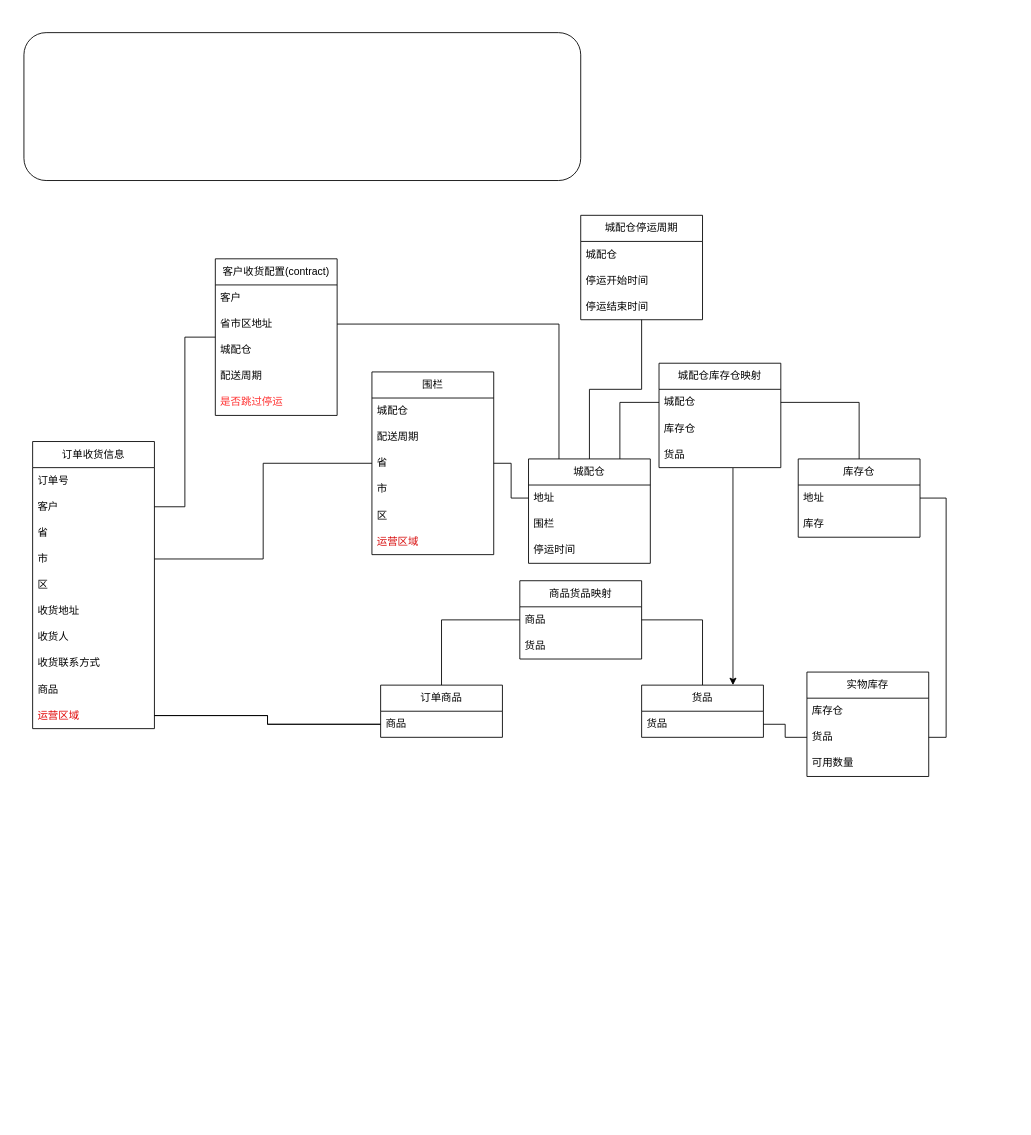
Above: draw.io/履约调度逻辑.drawio in zzqfsy/zzqfsy.github.io (draw.io), before the change. Source tidied: cells renumbered, new cells numbered last; positions are measured from the earlier drawing's top-left corner, leaving out a move shared by most shapes. Both pictures are drawn from the tidied source at 87%, with x=0, y=0 at pixel (23, 32).
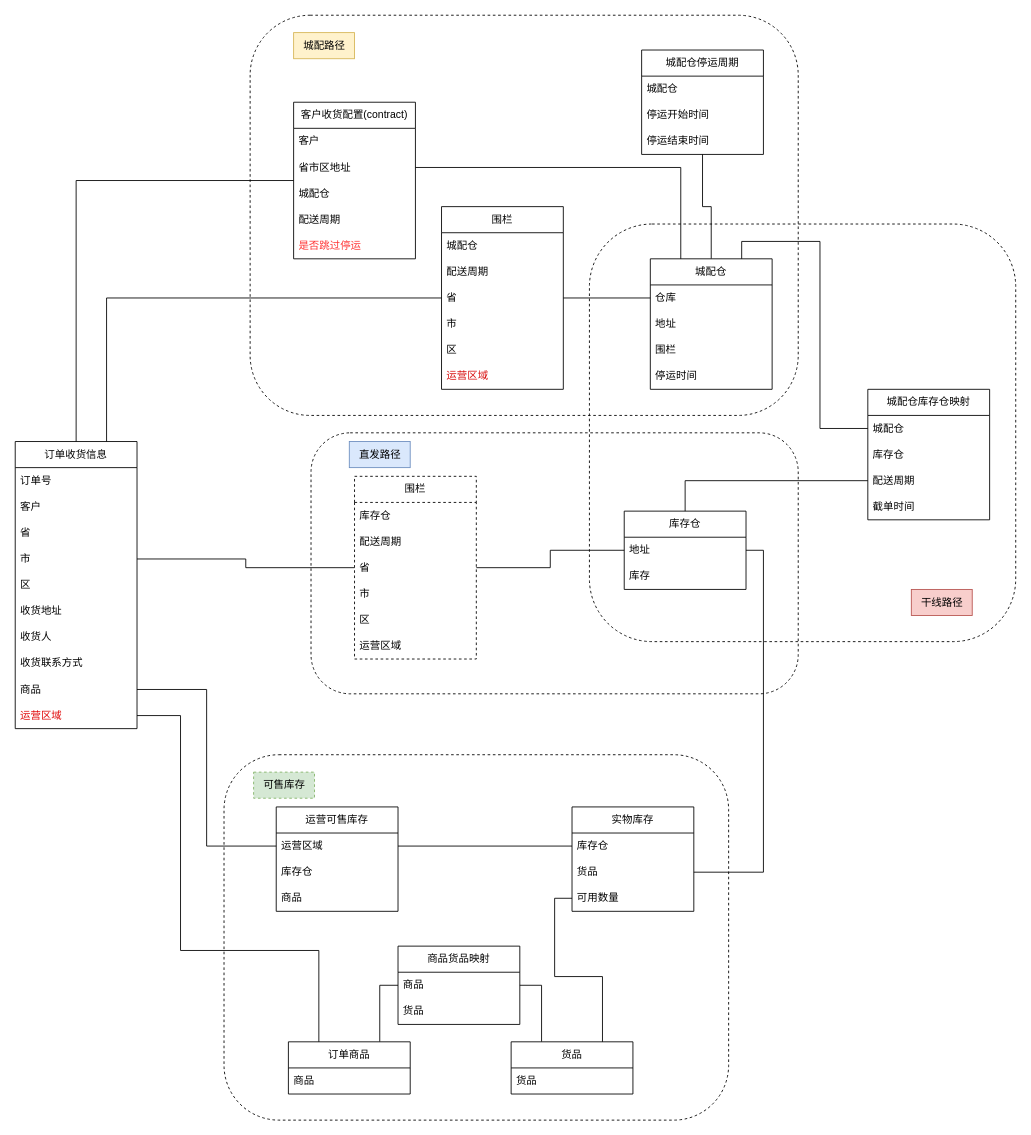
Above is the later version.

Commit message (it also covers changes not shown here):
更新履约调度逻辑.drawio

Unchanged cells that the change refers to:
```xml
<mxCell id="5" value="客户" style="text;strokeColor=none;fillColor=none;align=left;verticalAlign=middle;spacingLeft=4;spacingRight=4;overflow=hidden;points=[[0,0.5],[1,0.5]];portConstraint=eastwest;whiteSpace=wrap;html=1;" parent="3" vertex="1">
  <mxGeometry y="60" width="140" height="30" as="geometry" />
</mxCell>
<mxCell id="7" value="市" style="text;strokeColor=none;fillColor=none;align=left;verticalAlign=middle;spacingLeft=4;spacingRight=4;overflow=hidden;points=[[0,0.5],[1,0.5]];portConstraint=eastwest;whiteSpace=wrap;html=1;" parent="3" vertex="1">
  <mxGeometry y="120" width="140" height="30" as="geometry" />
</mxCell>
<mxCell id="12" value="商品" style="text;strokeColor=none;fillColor=none;align=left;verticalAlign=middle;spacingLeft=4;spacingRight=4;overflow=hidden;points=[[0,0.5],[1,0.5]];portConstraint=eastwest;whiteSpace=wrap;html=1;" parent="3" vertex="1">
  <mxGeometry y="270" width="140" height="30" as="geometry" />
</mxCell>
<mxCell id="13" value="运营区域" style="text;strokeColor=none;fillColor=none;align=left;verticalAlign=middle;spacingLeft=4;spacingRight=4;overflow=hidden;points=[[0,0.5],[1,0.5]];portConstraint=eastwest;whiteSpace=wrap;html=1;fontColor=#e00606;" parent="3" vertex="1">
  <mxGeometry y="300" width="140" height="30" as="geometry" />
</mxCell>
<mxCell id="20" value="地址" style="text;strokeColor=none;fillColor=none;align=left;verticalAlign=middle;spacingLeft=4;spacingRight=4;overflow=hidden;points=[[0,0.5],[1,0.5]];portConstraint=eastwest;whiteSpace=wrap;html=1;" parent="19" vertex="1">
  <mxGeometry y="30" width="140" height="30" as="geometry" />
</mxCell>
<mxCell id="24" value="商品" style="text;strokeColor=none;fillColor=none;align=left;verticalAlign=middle;spacingLeft=4;spacingRight=4;overflow=hidden;points=[[0,0.5],[1,0.5]];portConstraint=eastwest;whiteSpace=wrap;html=1;" parent="23" vertex="1">
  <mxGeometry y="30" width="140" height="30" as="geometry" />
</mxCell>
<mxCell id="26" value="商品" style="text;strokeColor=none;fillColor=none;align=left;verticalAlign=middle;spacingLeft=4;spacingRight=4;overflow=hidden;points=[[0,0.5],[1,0.5]];portConstraint=eastwest;whiteSpace=wrap;html=1;" parent="25" vertex="1">
  <mxGeometry y="30" width="140" height="30" as="geometry" />
</mxCell>
<mxCell id="29" value="库存仓" style="text;strokeColor=none;fillColor=none;align=left;verticalAlign=middle;spacingLeft=4;spacingRight=4;overflow=hidden;points=[[0,0.5],[1,0.5]];portConstraint=eastwest;whiteSpace=wrap;html=1;" parent="28" vertex="1">
  <mxGeometry y="30" width="140" height="30" as="geometry" />
</mxCell>
<mxCell id="30" value="货品" style="text;strokeColor=none;fillColor=none;align=left;verticalAlign=middle;spacingLeft=4;spacingRight=4;overflow=hidden;points=[[0,0.5],[1,0.5]];portConstraint=eastwest;whiteSpace=wrap;html=1;" parent="28" vertex="1">
  <mxGeometry y="60" width="140" height="30" as="geometry" />
</mxCell>
<mxCell id="31" value="可用数量" style="text;strokeColor=none;fillColor=none;align=left;verticalAlign=middle;spacingLeft=4;spacingRight=4;overflow=hidden;points=[[0,0.5],[1,0.5]];portConstraint=eastwest;whiteSpace=wrap;html=1;" parent="28" vertex="1">
  <mxGeometry y="90" width="140" height="30" as="geometry" />
</mxCell>
<mxCell id="33" value="城配仓" style="text;strokeColor=none;fillColor=none;align=left;verticalAlign=middle;spacingLeft=4;spacingRight=4;overflow=hidden;points=[[0,0.5],[1,0.5]];portConstraint=eastwest;whiteSpace=wrap;html=1;" parent="32" vertex="1">
  <mxGeometry y="30" width="140" height="30" as="geometry" />
</mxCell>
<mxCell id="51" value="货品" style="text;strokeColor=none;fillColor=none;align=left;verticalAlign=middle;spacingLeft=4;spacingRight=4;overflow=hidden;points=[[0,0.5],[1,0.5]];portConstraint=eastwest;whiteSpace=wrap;html=1;" parent="50" vertex="1">
  <mxGeometry y="30" width="140" height="30" as="geometry" />
</mxCell>
```

What changed in the source:
```diff
@@
-    <mxCell id="2" style="rounded=1;whiteSpace=wrap;html=1;" parent="1" vertex="1">
-      <mxGeometry width="640" height="170" as="geometry" />
-    </mxCell>
+    <mxCell id="67" style="rounded=1;whiteSpace=wrap;html=1;fillColor=none;dashed=1;" parent="1" vertex="1">
+      <mxGeometry x="650" y="220" width="490" height="480" as="geometry" />
+    </mxCell>
+    <mxCell id="68" style="rounded=1;whiteSpace=wrap;html=1;fillStyle=auto;fillColor=none;dashed=1;" parent="1" vertex="1">
+      <mxGeometry x="260" y="-20" width="630" height="460" as="geometry" />
+    </mxCell>
     <mxCell id="3" value="订单收货信息" style="swimlane;fontStyle=0;horizontal=1;startSize=30;whiteSpace=wrap;html=1;" parent="1" vertex="1">
-      <mxGeometry x="10" y="470" width="140" height="330" as="geometry" />
+      <mxGeometry x="-10" y="470" width="140" height="330" as="geometry" />
     </mxCell>
@@
     <mxCell id="15" value="城配仓" style="swimlane;fontStyle=0;horizontal=1;startSize=30;whiteSpace=wrap;html=1;" parent="1" vertex="1">
-      <mxGeometry x="580" y="490" width="140" height="120" as="geometry" />
+      <mxGeometry x="720" y="260" width="140" height="150" as="geometry" />
     </mxCell>
-    <mxCell id="16" value="地址" style="text;strokeColor=none;fillColor=none;align=left;verticalAlign=middle;spacingLeft=4;spacingRight=4;overflow=hidden;points=[[0,0.5],[1,0.5]];portConstraint=eastwest;whiteSpace=wrap;html=1;" parent="15" vertex="1">
+    <mxCell id="16" value="仓库" style="text;strokeColor=none;fillColor=none;align=left;verticalAlign=middle;spacingLeft=4;spacingRight=4;overflow=hidden;points=[[0,0.5],[1,0.5]];portConstraint=eastwest;whiteSpace=wrap;html=1;" parent="15" vertex="1">
       <mxGeometry y="30" width="140" height="30" as="geometry" />
     </mxCell>
-    <mxCell id="17" value="围栏" style="text;strokeColor=none;fillColor=none;align=left;verticalAlign=middle;spacingLeft=4;spacingRight=4;overflow=hidden;whiteSpace=wrap;html=1;" parent="15" vertex="1">
+    <mxCell id="17" value="地址" style="text;strokeColor=none;fillColor=none;align=left;verticalAlign=middle;spacingLeft=4;spacingRight=4;overflow=hidden;whiteSpace=wrap;html=1;" parent="15" vertex="1">
       <mxGeometry y="60" width="140" height="30" as="geometry" />
     </mxCell>
+    <mxCell id="69" value="围栏" style="text;strokeColor=none;fillColor=none;align=left;verticalAlign=middle;spacingLeft=4;spacingRight=4;overflow=hidden;whiteSpace=wrap;html=1;" parent="15" vertex="1">
+      <mxGeometry y="90" width="140" height="30" as="geometry" />
+    </mxCell>
     <mxCell id="18" value="停运时间" style="text;strokeColor=none;fillColor=none;align=left;verticalAlign=middle;spacingLeft=4;spacingRight=4;overflow=hidden;whiteSpace=wrap;html=1;" parent="15" vertex="1">
-      <mxGeometry y="90" width="140" height="30" as="geometry" />
+      <mxGeometry y="120" width="140" height="30" as="geometry" />
     </mxCell>
     <mxCell id="19" value="库存仓" style="swimlane;fontStyle=0;horizontal=1;startSize=30;whiteSpace=wrap;html=1;" parent="1" vertex="1">
-      <mxGeometry x="890" y="490" width="140" height="90" as="geometry" />
+      <mxGeometry x="690" y="550" width="140" height="90" as="geometry" />
     </mxCell>
@@
-    <mxCell id="22" style="edgeStyle=orthogonalEdgeStyle;rounded=0;jettySize=auto;html=1;exitX=0.5;exitY=0;exitDx=0;exitDy=0;endArrow=none;endFill=0;" parent="1" edge="1" source="23" target="26">
+    <mxCell id="22" style="edgeStyle=orthogonalEdgeStyle;rounded=0;jettySize=auto;html=1;exitX=0.75;exitY=0;exitDx=0;exitDy=0;endArrow=none;endFill=0;" parent="1" edge="1" source="23" target="26">
       <mxGeometry relative="1" as="geometry" />
     </mxCell>
     <mxCell id="23" value="订单商品" style="swimlane;fontStyle=0;horizontal=1;startSize=30;whiteSpace=wrap;html=1;" parent="1" vertex="1">
-      <mxGeometry x="410" y="750" width="140" height="60" as="geometry" />
+      <mxGeometry x="304" y="1160" width="140" height="60" as="geometry" />
     </mxCell>
@@
     <mxCell id="25" value="商品货品映射" style="swimlane;fontStyle=0;horizontal=1;startSize=30;whiteSpace=wrap;html=1;" parent="1" vertex="1">
-      <mxGeometry x="570" y="630" width="140" height="90" as="geometry" />
+      <mxGeometry x="430" y="1050" width="140" height="90" as="geometry" />
     </mxCell>
@@
     <mxCell id="28" value="实物库存" style="swimlane;fontStyle=0;horizontal=1;startSize=30;whiteSpace=wrap;html=1;" parent="1" vertex="1">
-      <mxGeometry x="900" y="735" width="140" height="120" as="geometry" />
+      <mxGeometry x="630" y="890" width="140" height="120" as="geometry" />
     </mxCell>
@@
     <mxCell id="32" value="城配仓库存仓映射" style="swimlane;fontStyle=0;horizontal=1;startSize=30;whiteSpace=wrap;html=1;" parent="1" vertex="1">
-      <mxGeometry x="730" y="380" width="140" height="120" as="geometry" />
+      <mxGeometry x="970" y="410" width="140" height="150" as="geometry" />
     </mxCell>
@@
-    <mxCell id="35" value="货品" style="text;strokeColor=none;fillColor=none;align=left;verticalAlign=middle;spacingLeft=4;spacingRight=4;overflow=hidden;points=[[0,0.5],[1,0.5]];portConstraint=eastwest;whiteSpace=wrap;html=1;" parent="32" vertex="1">
-      <mxGeometry y="90" width="140" height="30" as="geometry" />
-    </mxCell>
+    <mxCell id="70" value="配送周期" style="text;strokeColor=none;fillColor=none;align=left;verticalAlign=middle;spacingLeft=4;spacingRight=4;overflow=hidden;points=[[0,0.5],[1,0.5]];portConstraint=eastwest;whiteSpace=wrap;html=1;" parent="32" vertex="1">
+      <mxGeometry y="90" width="140" height="30" as="geometry" />
+    </mxCell>
+    <mxCell id="71" value="截单时间" style="text;strokeColor=none;fillColor=none;align=left;verticalAlign=middle;spacingLeft=4;spacingRight=4;overflow=hidden;whiteSpace=wrap;html=1;" parent="32" vertex="1">
+      <mxGeometry y="120" width="140" height="30" as="geometry" />
+    </mxCell>
@@
-    <mxCell id="37" style="edgeStyle=orthogonalEdgeStyle;rounded=0;jettySize=auto;html=1;exitX=1;exitY=0.5;exitDx=0;exitDy=0;entryX=0.5;entryY=0;entryDx=0;entryDy=0;endArrow=none;endFill=0;" parent="1" edge="1" source="33" target="19">
+    <mxCell id="37" style="edgeStyle=orthogonalEdgeStyle;rounded=0;jettySize=auto;html=1;exitX=0;exitY=0.5;exitDx=0;exitDy=0;entryX=0.5;entryY=0;entryDx=0;entryDy=0;endArrow=none;endFill=0;" parent="1" edge="1" source="70" target="19">
       <mxGeometry relative="1" as="geometry" />
     </mxCell>
-    <mxCell id="38" style="edgeStyle=orthogonalEdgeStyle;rounded=0;jettySize=auto;html=1;exitX=1;exitY=0.5;exitDx=0;exitDy=0;endArrow=none;endFill=0;" parent="1" edge="1" source="26" target="50">
+    <mxCell id="38" style="edgeStyle=orthogonalEdgeStyle;rounded=0;jettySize=auto;html=1;exitX=1;exitY=0.5;exitDx=0;exitDy=0;endArrow=none;endFill=0;entryX=0.25;entryY=0;entryDx=0;entryDy=0;" parent="1" edge="1" source="26" target="50">
       <mxGeometry relative="1" as="geometry" />
     </mxCell>
     <mxCell id="39" value="围栏" style="swimlane;fontStyle=0;horizontal=1;startSize=30;whiteSpace=wrap;html=1;" parent="1" vertex="1">
-      <mxGeometry x="400" y="390" width="140" height="210" as="geometry" />
+      <mxGeometry x="480" y="200" width="140" height="210" as="geometry" />
     </mxCell>
@@
-    <mxCell id="46" style="edgeStyle=orthogonalEdgeStyle;rounded=0;jettySize=auto;html=1;exitX=1;exitY=0.5;exitDx=0;exitDy=0;entryX=0;entryY=0.5;entryDx=0;entryDy=0;endArrow=none;endFill=0;" parent="1" edge="1" source="7" target="39">
+    <mxCell id="46" style="edgeStyle=orthogonalEdgeStyle;rounded=0;jettySize=auto;html=1;exitX=0.75;exitY=0;exitDx=0;exitDy=0;entryX=0;entryY=0.5;entryDx=0;entryDy=0;endArrow=none;endFill=0;" parent="1" edge="1" source="3" target="39">
       <mxGeometry relative="1" as="geometry" />
     </mxCell>
@@
-    <mxCell id="49" style="edgeStyle=orthogonalEdgeStyle;rounded=0;jettySize=auto;html=1;exitX=1;exitY=0.5;exitDx=0;exitDy=0;endArrow=none;endFill=0;" parent="1" edge="1" source="13" target="24">
-      <mxGeometry relative="1" as="geometry" />
-    </mxCell>
     <mxCell id="50" value="货品" style="swimlane;fontStyle=0;horizontal=1;startSize=30;whiteSpace=wrap;html=1;" parent="1" vertex="1">
-      <mxGeometry x="710" y="750" width="140" height="60" as="geometry" />
+      <mxGeometry x="560" y="1160" width="140" height="60" as="geometry" />
     </mxCell>
@@
-    <mxCell id="52" style="edgeStyle=orthogonalEdgeStyle;rounded=0;jettySize=auto;html=1;exitX=1;exitY=0.5;exitDx=0;exitDy=0;endArrow=none;endFill=0;" parent="1" edge="1" source="51" target="30">
+    <mxCell id="52" style="edgeStyle=orthogonalEdgeStyle;rounded=0;jettySize=auto;html=1;exitX=0.75;exitY=0;exitDx=0;exitDy=0;endArrow=none;endFill=0;entryX=0;entryY=0.5;entryDx=0;entryDy=0;" parent="1" edge="1" source="50" target="31">
       <mxGeometry relative="1" as="geometry" />
     </mxCell>
-    <mxCell id="53" style="edgeStyle=orthogonalEdgeStyle;rounded=0;jettySize=auto;html=1;endArrow=none;endFill=0;" parent="1" edge="1" source="13" target="24">
-      <mxGeometry relative="1" as="geometry" />
+    <mxCell id="53" style="edgeStyle=orthogonalEdgeStyle;rounded=0;jettySize=auto;html=1;endArrow=none;endFill=0;entryX=0.25;entryY=0;entryDx=0;entryDy=0;" parent="1" edge="1" source="13" target="23">
+      <mxGeometry relative="1" as="geometry">
+        <Array as="points">
+          <mxPoint x="180" y="785" />
+          <mxPoint x="180" y="1055" />
+          <mxPoint x="339" y="1055" />
+        </Array>
+      </mxGeometry>
     </mxCell>
     <mxCell id="54" value="客户收货配置(contract)" style="swimlane;fontStyle=0;horizontal=1;startSize=30;whiteSpace=wrap;html=1;" parent="1" vertex="1">
-      <mxGeometry x="220" y="260" width="140" height="180" as="geometry" />
+      <mxGeometry x="310" y="80" width="140" height="180" as="geometry" />
     </mxCell>
@@
-    <mxCell id="60" style="edgeStyle=orthogonalEdgeStyle;rounded=0;jettySize=auto;html=1;exitX=1;exitY=0.5;exitDx=0;exitDy=0;entryX=0;entryY=0.5;entryDx=0;entryDy=0;endArrow=none;endFill=0;" parent="1" edge="1" source="5" target="54">
+    <mxCell id="60" style="edgeStyle=orthogonalEdgeStyle;rounded=0;jettySize=auto;html=1;exitX=0.5;exitY=0;exitDx=0;exitDy=0;entryX=0;entryY=0.5;entryDx=0;entryDy=0;endArrow=none;endFill=0;" parent="1" edge="1" source="3" target="54">
       <mxGeometry relative="1" as="geometry" />
     </mxCell>
@@
     <mxCell id="62" value="城配仓停运周期" style="swimlane;fontStyle=0;horizontal=1;startSize=30;whiteSpace=wrap;html=1;" parent="1" vertex="1">
-      <mxGeometry x="640" y="210" width="140" height="120" as="geometry" />
+      <mxGeometry x="710" y="20" width="140" height="120" as="geometry" />
     </mxCell>
@@
-    <mxCell id="66" style="edgeStyle=orthogonalEdgeStyle;rounded=0;jettySize=auto;html=1;exitX=0.607;exitY=1.017;exitDx=0;exitDy=0;entryX=0.75;entryY=0;entryDx=0;entryDy=0;exitPerimeter=0;" parent="1" edge="1" source="35" target="50">
-      <mxGeometry relative="1" as="geometry" />
-    </mxCell>
+    <mxCell id="72" value="运营可售库存" style="swimlane;fontStyle=0;horizontal=1;startSize=30;whiteSpace=wrap;html=1;" parent="1" vertex="1">
+      <mxGeometry x="290" y="890" width="140" height="120" as="geometry" />
+    </mxCell>
+    <mxCell id="73" value="运营区域" style="text;strokeColor=none;fillColor=none;align=left;verticalAlign=middle;spacingLeft=4;spacingRight=4;overflow=hidden;points=[[0,0.5],[1,0.5]];portConstraint=eastwest;whiteSpace=wrap;html=1;" parent="72" vertex="1">
+      <mxGeometry y="30" width="140" height="30" as="geometry" />
+    </mxCell>
+    <mxCell id="74" value="库存仓" style="text;strokeColor=none;fillColor=none;align=left;verticalAlign=middle;spacingLeft=4;spacingRight=4;overflow=hidden;whiteSpace=wrap;html=1;" parent="72" vertex="1">
+      <mxGeometry y="60" width="140" height="30" as="geometry" />
+    </mxCell>
+    <mxCell id="75" value="商品" style="text;strokeColor=none;fillColor=none;align=left;verticalAlign=middle;spacingLeft=4;spacingRight=4;overflow=hidden;whiteSpace=wrap;html=1;" parent="72" vertex="1">
+      <mxGeometry y="90" width="140" height="30" as="geometry" />
+    </mxCell>
+    <mxCell id="76" value="城配路径" style="text;html=1;align=center;verticalAlign=middle;strokeColor=#d6b656;fillColor=#fff2cc;" parent="1" vertex="1">
+      <mxGeometry x="310" width="70" height="30" as="geometry" />
+    </mxCell>
+    <mxCell id="77" value="干线路径" style="text;html=1;align=center;verticalAlign=middle;strokeColor=#b85450;fillColor=#f8cecc;fillStyle=auto;" parent="1" vertex="1">
+      <mxGeometry x="1020" y="640" width="70" height="30" as="geometry" />
+    </mxCell>
+    <mxCell id="78" style="edgeStyle=orthogonalEdgeStyle;rounded=0;jettySize=auto;html=1;exitX=1;exitY=0.5;exitDx=0;exitDy=0;endArrow=none;endFill=0;entryX=0;entryY=0.5;entryDx=0;entryDy=0;" parent="1" edge="1" source="12" target="73">
+      <mxGeometry relative="1" as="geometry" />
+    </mxCell>
+    <mxCell id="79" style="edgeStyle=orthogonalEdgeStyle;rounded=0;jettySize=auto;html=1;exitX=1;exitY=0.5;exitDx=0;exitDy=0;endArrow=none;endFill=0;" parent="1" edge="1" source="73" target="29">
+      <mxGeometry relative="1" as="geometry" />
+    </mxCell>
+    <mxCell id="80" value="围栏" style="swimlane;fontStyle=0;horizontal=1;startSize=30;whiteSpace=wrap;html=1;fillStyle=auto;fillColor=none;gradientColor=default;dashed=1;" parent="1" vertex="1">
+      <mxGeometry x="380" y="510" width="140" height="210" as="geometry" />
+    </mxCell>
+    <mxCell id="81" value="库存仓" style="text;strokeColor=none;fillColor=none;align=left;verticalAlign=middle;spacingLeft=4;spacingRight=4;overflow=hidden;whiteSpace=wrap;html=1;dashed=1;fillStyle=auto;" parent="80" vertex="1">
+      <mxGeometry y="30" width="140" height="30" as="geometry" />
+    </mxCell>
+    <mxCell id="82" value="配送周期" style="text;strokeColor=none;fillColor=none;align=left;verticalAlign=middle;spacingLeft=4;spacingRight=4;overflow=hidden;whiteSpace=wrap;html=1;dashed=1;fillStyle=auto;" parent="80" vertex="1">
+      <mxGeometry y="60" width="140" height="30" as="geometry" />
+    </mxCell>
+    <mxCell id="83" value="省" style="text;strokeColor=none;fillColor=none;align=left;verticalAlign=middle;spacingLeft=4;spacingRight=4;overflow=hidden;points=[[0,0.5],[1,0.5]];portConstraint=eastwest;whiteSpace=wrap;html=1;dashed=1;fillStyle=auto;" parent="80" vertex="1">
+      <mxGeometry y="90" width="140" height="30" as="geometry" />
+    </mxCell>
+    <mxCell id="84" value="市" style="text;strokeColor=none;fillColor=none;align=left;verticalAlign=middle;spacingLeft=4;spacingRight=4;overflow=hidden;whiteSpace=wrap;html=1;dashed=1;fillStyle=auto;" parent="80" vertex="1">
+      <mxGeometry y="120" width="140" height="30" as="geometry" />
+    </mxCell>
+    <mxCell id="85" value="区" style="text;strokeColor=none;fillColor=none;align=left;verticalAlign=middle;spacingLeft=4;spacingRight=4;overflow=hidden;whiteSpace=wrap;html=1;dashed=1;fillStyle=auto;" parent="80" vertex="1">
+      <mxGeometry y="150" width="140" height="30" as="geometry" />
+    </mxCell>
+    <mxCell id="86" value="运营区域" style="text;strokeColor=none;fillColor=none;align=left;verticalAlign=middle;spacingLeft=4;spacingRight=4;overflow=hidden;whiteSpace=wrap;html=1;dashed=1;fillStyle=auto;" parent="80" vertex="1">
+      <mxGeometry y="180" width="140" height="30" as="geometry" />
+    </mxCell>
+    <mxCell id="87" style="edgeStyle=orthogonalEdgeStyle;rounded=0;jettySize=auto;html=1;exitX=0;exitY=0.5;exitDx=0;exitDy=0;entryX=1;entryY=0.5;entryDx=0;entryDy=0;endArrow=none;endFill=0;" parent="1" edge="1" source="20" target="83">
+      <mxGeometry relative="1" as="geometry" />
+    </mxCell>
+    <mxCell id="88" value="可售库存" style="text;html=1;align=center;verticalAlign=middle;strokeColor=#82b366;fillColor=#d5e8d4;dashed=1;fillStyle=auto;" parent="1" vertex="1">
+      <mxGeometry x="264" y="850" width="70" height="30" as="geometry" />
+    </mxCell>
+    <mxCell id="89" style="rounded=1;whiteSpace=wrap;html=1;dashed=1;fillStyle=auto;fillColor=none;gradientColor=default;" parent="1" vertex="1">
+      <mxGeometry x="230" y="830" width="580" height="420" as="geometry" />
+    </mxCell>
+    <mxCell id="90" style="rounded=1;whiteSpace=wrap;html=1;dashed=1;fillStyle=auto;fillColor=none;gradientColor=default;" parent="1" vertex="1">
+      <mxGeometry x="330" y="460" width="560" height="300" as="geometry" />
+    </mxCell>
+    <mxCell id="91" style="edgeStyle=orthogonalEdgeStyle;rounded=0;jettySize=auto;html=1;exitX=1;exitY=0.5;exitDx=0;exitDy=0;entryX=0;entryY=0.5;entryDx=0;entryDy=0;endArrow=none;endFill=0;" parent="1" edge="1" source="7" target="83">
+      <mxGeometry relative="1" as="geometry" />
+    </mxCell>
+    <mxCell id="92" value="直发路径" style="text;html=1;align=center;verticalAlign=middle;strokeColor=#6c8ebf;fillColor=#dae8fc;" parent="1" vertex="1">
+      <mxGeometry x="374" y="470" width="70" height="30" as="geometry" />
+    </mxCell>
```
